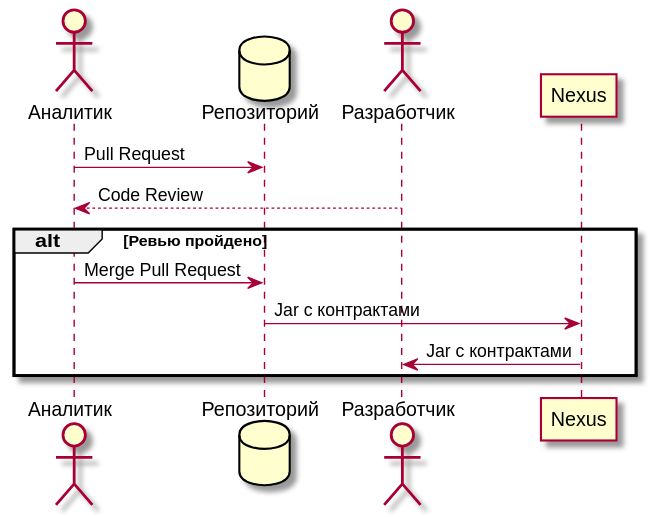
The PlantUML diagram doc/api-first-approach.svg in l3r8yJ/api-first-presentation, before a commit.
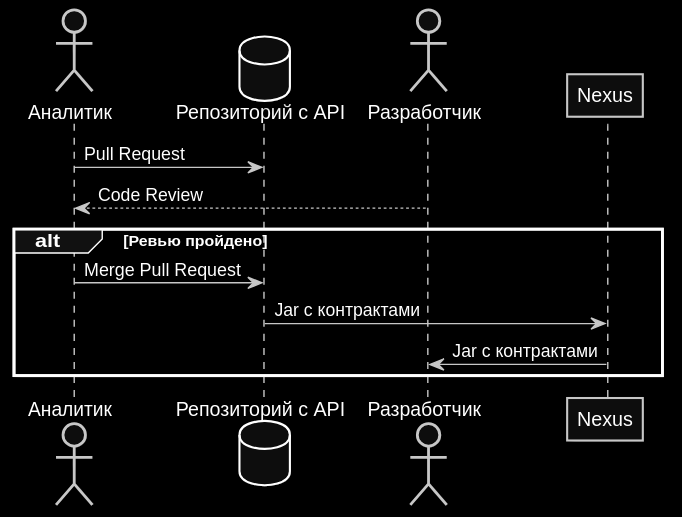
The same file after the commit.

Commit message:
Diagram generated

The edit, as a diff of the source:
```diff
@@ -1,6 +1,8 @@
 @startuml
+skinparam monochrome reverse
+
 actor Аналитик as analyst
-database Репозиторий as repo
+database "Репозиторий с API" as repo
 actor Разработчик as dev
 participant Nexus as nexus
 
```
